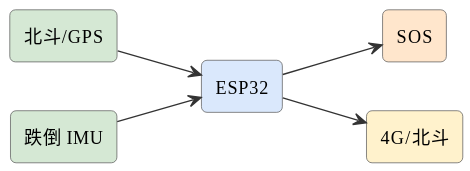
This is assets/diagrams/ideas-fig87.svg from mingyi0818/IntelligentMcuCourse, a PlantUML export, as it was before one commit.
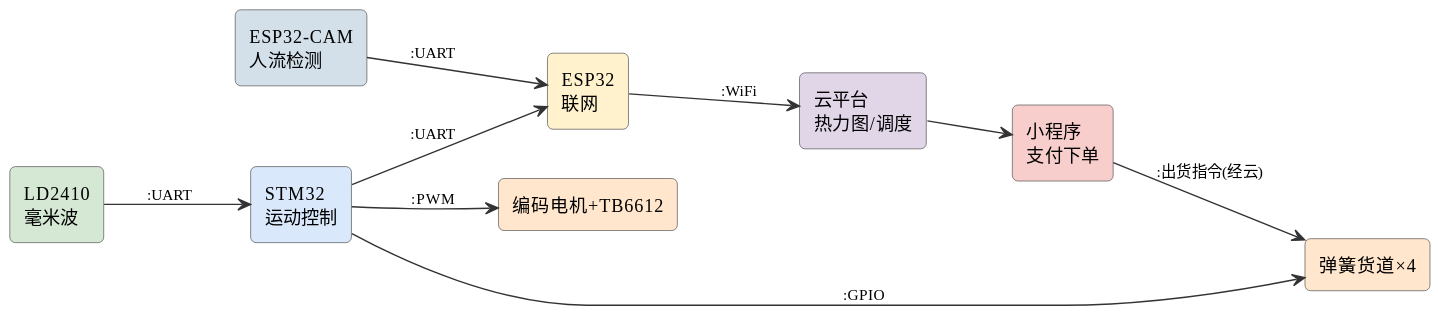
After the commit.

Change to the diagram source:
```diff
@@ -6,13 +6,20 @@
 skinparam arrowFontSize 11
 skinparam arrowColor #333
 left to right direction
-rectangle "北斗/GPS" as gps #d5e8d4
-rectangle "跌倒 IMU" as imu #d5e8d4
-rectangle "ESP32" as esp #dae8fc
-rectangle "SOS" as sos #ffe6cc
-rectangle "4G/北斗" as g #fff2cc
-gps --> esp
-imu --> esp
-esp --> sos
-esp --> g
+rectangle "ESP32-CAM\n人流检测" as cam #d3e0ea
+rectangle "LD2410\n毫米波" as radar #d5e8d4
+rectangle "STM32\n运动控制" as stm #dae8fc
+rectangle "编码电机+TB6612" as mot #ffe6cc
+rectangle "弹簧货道×4" as slot #ffe6cc
+rectangle "ESP32\n联网" as esp #fff2cc
+rectangle "云平台\n热力图/调度" as cloud #e1d5e8
+rectangle "小程序\n支付下单" as app #f8cecc
+cam --> esp : :UART
+radar --> stm : :UART
+stm --> mot : :PWM
+stm --> slot : :GPIO
+esp --> cloud : :WiFi
+stm --> esp : :UART
+cloud --> app
+app --> slot : :出货指令(经云)
 @enduml
```
